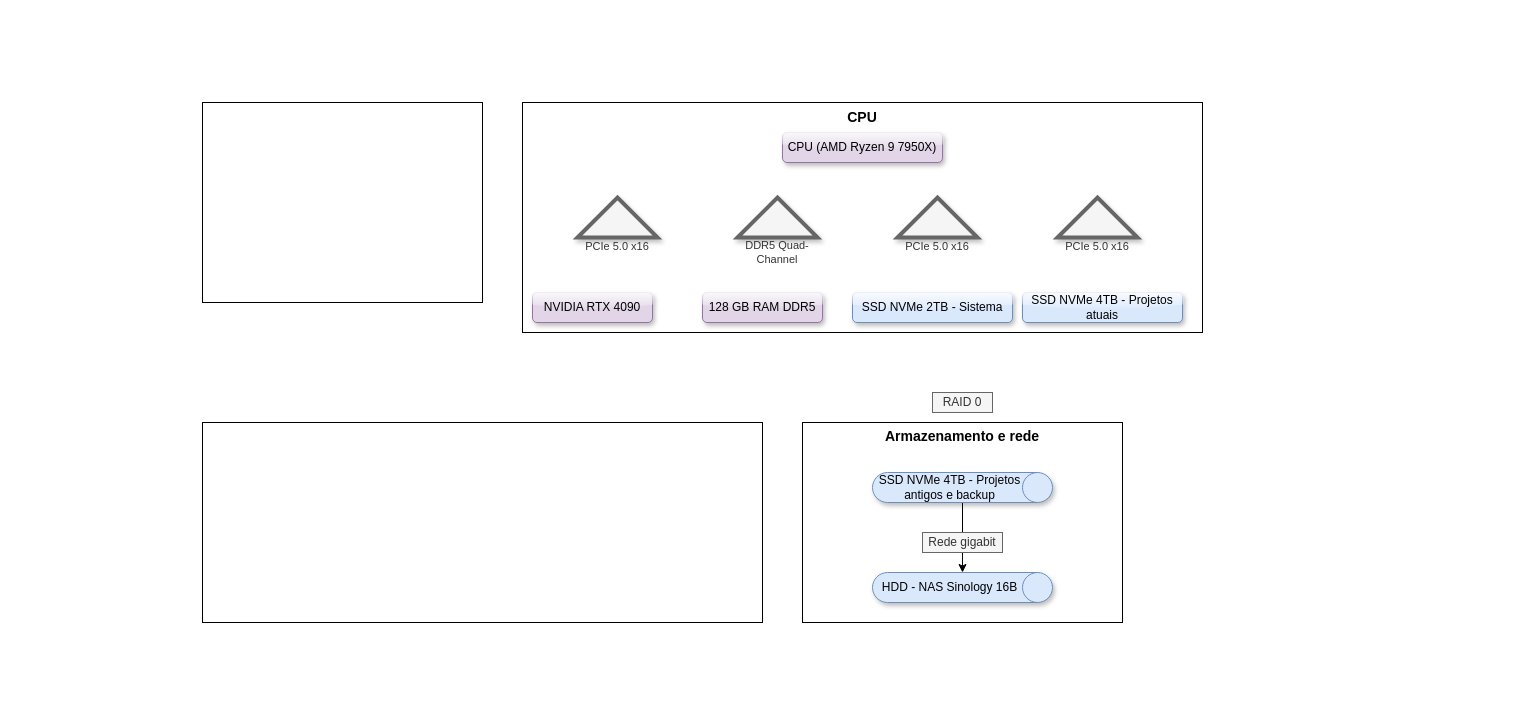
Above: Diagrama sem nome.drawio in Leopoldofca/Unyleya_1Sem (draw.io), before the change. Source tidied: cells renumbered, new cells numbered last; positions are measured from the earlier drawing's top-left corner, leaving out a move shared by most shapes. Both pictures are drawn from the tidied source at 100%, with x=0, y=0 at pixel (202, 102).
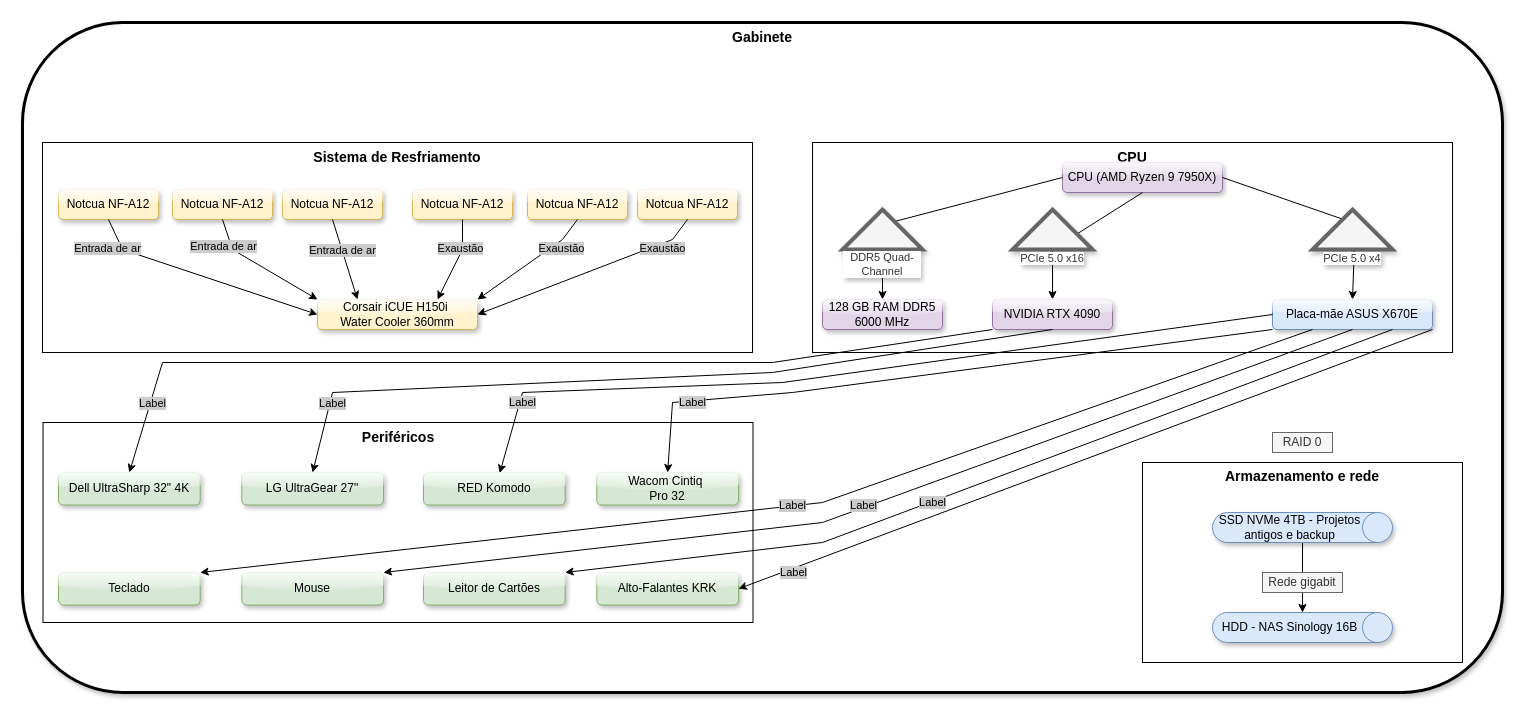
Above is the later version.

Change to the diagram source:
```diff
@@
+    <mxCell id="20" value="Gabinete" style="rounded=1;whiteSpace=wrap;html=1;fontSize=14;fontStyle=1;verticalAlign=top;labelBackgroundColor=default;glass=0;shadow=1;strokeWidth=3;" parent="1" vertex="1">
+      <mxGeometry x="-180" y="-80" width="1480" height="670" as="geometry" />
+    </mxCell>
     <mxCell id="2" value="CPU" style="rounded=0;whiteSpace=wrap;html=1;verticalAlign=top;fontSize=14;fontStyle=1;" parent="1" vertex="1">
-      <mxGeometry x="320" width="680" height="230" as="geometry" />
+      <mxGeometry x="610" y="40" width="640" height="210" as="geometry" />
     </mxCell>
+    <mxCell id="21" style="endArrow=classic;html=1;rounded=0;exitX=0.861;exitY=0.538;exitDx=0;exitDy=0;entryX=0.5;entryY=0;entryDx=0;entryDy=0;exitPerimeter=0;" parent="1" edge="1" source="13" target="19">
+      <mxGeometry relative="1" as="geometry" />
+    </mxCell>
+    <mxCell id="22" style="endArrow=classic;html=1;rounded=0;exitX=0;exitY=0.5;exitDx=0;exitDy=0;entryX=0.5;entryY=0;entryDx=0;entryDy=0;" parent="1" edge="1" source="12" target="17">
+      <mxGeometry relative="1" as="geometry" />
+    </mxCell>
+    <mxCell id="23" style="endArrow=classic;html=1;rounded=0;exitX=1;exitY=0.5;exitDx=0;exitDy=0;entryX=0.5;entryY=0;entryDx=0;entryDy=0;" parent="1" edge="1" source="15" target="16">
+      <mxGeometry relative="1" as="geometry" />
+    </mxCell>
     <mxCell id="3" value="&lt;div&gt;&lt;br&gt;&lt;/div&gt;&lt;div&gt;&lt;br&gt;&lt;/div&gt;Armazenamento e rede" style="rounded=0;whiteSpace=wrap;html=1;glass=0;labelPosition=center;verticalLabelPosition=middle;align=center;verticalAlign=top;horizontal=1;spacingTop=-35;fontStyle=1;fontSize=14;" parent="1" vertex="1">
-      <mxGeometry x="600" y="320" width="320" height="200" as="geometry" />
+      <mxGeometry x="940" y="360" width="320" height="200" as="geometry" />
     </mxCell>
@@
-    <mxCell id="5" style="rounded=0;whiteSpace=wrap;html=1;" parent="1" vertex="1">
-      <mxGeometry width="280" height="200" as="geometry" />
+    <mxCell id="5" value="Sistema de Resfriamento" style="rounded=0;whiteSpace=wrap;html=1;fontSize=14;fontStyle=1;verticalAlign=top;" parent="1" vertex="1">
+      <mxGeometry x="-160" y="40" width="710" height="210" as="geometry" />
     </mxCell>
-    <mxCell id="6" style="rounded=0;whiteSpace=wrap;html=1;" parent="1" vertex="1">
-      <mxGeometry y="320" width="560" height="200" as="geometry" />
+    <mxCell id="6" value="Periféricos" style="rounded=0;whiteSpace=wrap;html=1;labelPosition=center;verticalLabelPosition=middle;align=center;verticalAlign=top;fontStyle=1;fontSize=14;" parent="1" vertex="1">
+      <mxGeometry x="-159.5" y="320" width="710" height="200" as="geometry" />
     </mxCell>
     <mxCell id="7" value="RAID 0" style="text;html=1;align=center;verticalAlign=middle;whiteSpace=wrap;rounded=0;fillColor=#f5f5f5;strokeColor=#666666;fontColor=#333333;" parent="1" vertex="1">
-      <mxGeometry x="730" y="290" width="60" height="20" as="geometry" />
+      <mxGeometry x="1070" y="330" width="60" height="20" as="geometry" />
     </mxCell>
     <mxCell id="8" value="Rede gigabit" style="text;html=1;align=center;verticalAlign=middle;whiteSpace=wrap;rounded=0;fillColor=#f5f5f5;strokeColor=#666666;fontColor=#333333;" parent="1" vertex="1">
-      <mxGeometry x="720" y="430" width="80" height="20" as="geometry" />
+      <mxGeometry x="1060" y="470" width="80" height="20" as="geometry" />
     </mxCell>
     <mxCell id="9" value="SSD NVMe 4TB - Projetos antigos e backup" style="shape=cylinder3;whiteSpace=wrap;html=1;boundedLbl=1;backgroundOutline=1;size=15;direction=south;fillColor=#dae8fc;strokeColor=#6c8ebf;shadow=1;rounded=1;glass=1;align=center;verticalAlign=middle;fontFamily=Helvetica;fontSize=12;fontColor=default;gradientColor=none;" parent="1" vertex="1">
-      <mxGeometry x="670" y="370" width="180" height="30" as="geometry" />
+      <mxGeometry x="1010" y="410" width="180" height="30" as="geometry" />
     </mxCell>
     <mxCell id="10" value="HDD - NAS Sinology 16B" style="shape=cylinder3;whiteSpace=wrap;html=1;boundedLbl=1;backgroundOutline=1;size=15;direction=south;fillColor=#dae8fc;strokeColor=#6c8ebf;shadow=1;rounded=1;glass=1;align=center;verticalAlign=middle;fontFamily=Helvetica;fontSize=12;fontColor=default;gradientColor=none;" parent="1" vertex="1">
-      <mxGeometry x="670" y="470" width="180" height="30" as="geometry" />
+      <mxGeometry x="1010" y="510" width="180" height="30" as="geometry" />
     </mxCell>
     <mxCell id="11" value="&lt;font&gt;CPU (AMD Ryzen 9 7950X)&lt;/font&gt;" style="rounded=1;whiteSpace=wrap;html=1;fillColor=#e1d5e7;strokeColor=#9673a6;glass=1;shadow=1;" parent="1" vertex="1">
-      <mxGeometry x="580" y="30" width="160" height="30" as="geometry" />
+      <mxGeometry x="860" y="60" width="160" height="30" as="geometry" />
     </mxCell>
-    <mxCell id="12" value="DDR5 Quad-Channel" style="triangle;whiteSpace=wrap;html=1;direction=north;labelPosition=center;verticalLabelPosition=middle;align=center;verticalAlign=middle;spacingTop=70;fontSize=11;fillColor=#f5f5f5;fontColor=#333333;strokeColor=#666666;rounded=0;shadow=1;perimeterSpacing=0;strokeWidth=4;" parent="1" vertex="1">
-      <mxGeometry x="535" y="95" width="80" height="40" as="geometry" />
-    </mxCell>
-    <mxCell id="13" value="PCIe 5.0 x16" style="triangle;whiteSpace=wrap;html=1;direction=north;labelPosition=center;verticalLabelPosition=middle;align=center;verticalAlign=middle;spacingTop=58;fontSize=11;fillColor=#f5f5f5;fontColor=#333333;strokeColor=#666666;rounded=0;shadow=1;perimeterSpacing=0;strokeWidth=4;" parent="1" vertex="1">
-      <mxGeometry x="695" y="95" width="80" height="40" as="geometry" />
-    </mxCell>
-    <mxCell id="14" value="PCIe 5.0 x16" style="triangle;whiteSpace=wrap;html=1;direction=north;labelPosition=center;verticalLabelPosition=middle;align=center;verticalAlign=middle;spacingTop=58;fontSize=11;fillColor=#f5f5f5;fontColor=#333333;strokeColor=#666666;rounded=0;shadow=1;perimeterSpacing=0;strokeWidth=4;" parent="1" vertex="1">
-      <mxGeometry x="855" y="95" width="80" height="40" as="geometry" />
-    </mxCell>
-    <mxCell id="15" value="PCIe 5.0 x16" style="triangle;whiteSpace=wrap;html=1;direction=north;labelPosition=center;verticalLabelPosition=middle;align=center;verticalAlign=middle;spacingTop=58;fontSize=11;fillColor=#f5f5f5;fontColor=#333333;strokeColor=#666666;rounded=0;shadow=1;perimeterSpacing=0;strokeWidth=4;" parent="1" vertex="1">
-      <mxGeometry x="375" y="95" width="80" height="40" as="geometry" />
-    </mxCell>
     <mxCell id="16" value="NVIDIA RTX 4090" style="rounded=1;whiteSpace=wrap;html=1;fillColor=#e1d5e7;strokeColor=#9673a6;glass=1;shadow=1;" parent="1" vertex="1">
-      <mxGeometry x="330" y="190" width="120" height="30" as="geometry" />
+      <mxGeometry x="790" y="197" width="120" height="30" as="geometry" />
     </mxCell>
-    <mxCell id="17" value="128 GB RAM DDR5" style="rounded=1;whiteSpace=wrap;html=1;fillColor=#e1d5e7;strokeColor=#9673a6;glass=1;shadow=1;" parent="1" vertex="1">
-      <mxGeometry x="500" y="190" width="120" height="30" as="geometry" />
+    <mxCell id="17" value="128 GB RAM DDR5 6000 MHz" style="rounded=1;whiteSpace=wrap;html=1;fillColor=#e1d5e7;strokeColor=#9673a6;glass=1;shadow=1;" parent="1" vertex="1">
+      <mxGeometry x="620" y="197" width="120" height="30" as="geometry" />
     </mxCell>
-    <mxCell id="18" value="SSD NVMe 2TB - Sistema" style="rounded=1;whiteSpace=wrap;html=1;fillColor=#dae8fc;strokeColor=#6c8ebf;glass=1;shadow=1;" parent="1" vertex="1">
-      <mxGeometry x="650" y="190" width="160" height="30" as="geometry" />
-    </mxCell>
-    <mxCell id="19" value="SSD NVMe 4TB - Projetos atuais" style="rounded=1;whiteSpace=wrap;html=1;fillColor=#dae8fc;strokeColor=#6c8ebf;glass=1;shadow=1;" parent="1" vertex="1">
-      <mxGeometry x="820" y="190" width="160" height="30" as="geometry" />
+    <mxCell id="19" value="Placa-mãe ASUS X670E" style="rounded=1;whiteSpace=wrap;html=1;fillColor=#dae8fc;strokeColor=#6c8ebf;glass=1;shadow=1;" parent="1" vertex="1">
+      <mxGeometry x="1070" y="197" width="160" height="30" as="geometry" />
     </mxCell>
+    <mxCell id="24" style="endArrow=classic;html=1;rounded=0;exitX=0;exitY=0.5;exitDx=0;exitDy=0;entryX=0.465;entryY=0.203;entryDx=0;entryDy=0;entryPerimeter=0;" parent="1" edge="1" source="11" target="12">
+      <mxGeometry relative="1" as="geometry" />
+    </mxCell>
+    <mxCell id="12" value="DDR5 Quad-Channel" style="triangle;whiteSpace=wrap;html=1;direction=north;labelPosition=center;verticalLabelPosition=middle;align=center;verticalAlign=middle;spacingTop=70;fontSize=11;fillColor=#f5f5f5;fontColor=#333333;strokeColor=#666666;rounded=0;shadow=1;perimeterSpacing=0;strokeWidth=4;labelBackgroundColor=default;textShadow=1;labelBorderColor=none;" parent="1" vertex="1">
+      <mxGeometry x="640" y="107" width="80" height="40" as="geometry" />
+    </mxCell>
+    <mxCell id="25" style="endArrow=classic;html=1;rounded=0;exitX=0.5;exitY=1;exitDx=0;exitDy=0;entryX=0;entryY=0.5;entryDx=0;entryDy=0;" parent="1" edge="1" source="11" target="15">
+      <mxGeometry relative="1" as="geometry" />
+    </mxCell>
+    <mxCell id="15" value="PCIe 5.0 x16" style="triangle;whiteSpace=wrap;html=1;direction=north;labelPosition=center;verticalLabelPosition=middle;align=center;verticalAlign=middle;spacingTop=58;fontSize=11;fillColor=#f5f5f5;fontColor=#333333;strokeColor=#666666;rounded=0;shadow=1;perimeterSpacing=0;strokeWidth=4;textShadow=1;labelBackgroundColor=default;labelBorderColor=none;" parent="1" vertex="1">
+      <mxGeometry x="810" y="107" width="80" height="40" as="geometry" />
+    </mxCell>
+    <mxCell id="26" style="endArrow=classic;html=1;rounded=0;exitX=1;exitY=0.5;exitDx=0;exitDy=0;entryX=0.5;entryY=1;entryDx=0;entryDy=0;" parent="1" edge="1" source="11" target="13">
+      <mxGeometry relative="1" as="geometry" />
+    </mxCell>
+    <mxCell id="13" value="PCIe 5.0 x4" style="triangle;whiteSpace=wrap;html=1;direction=north;labelPosition=center;verticalLabelPosition=middle;align=center;verticalAlign=middle;spacingTop=58;fontSize=11;fillColor=#f5f5f5;fontColor=#333333;strokeColor=#666666;rounded=0;shadow=1;perimeterSpacing=0;strokeWidth=4;labelBackgroundColor=default;textShadow=1;" parent="1" vertex="1">
+      <mxGeometry x="1110" y="107" width="80" height="40" as="geometry" />
+    </mxCell>
+    <mxCell id="27" style="group;" parent="1" vertex="1">
+      <mxGeometry x="-144" y="370" width="680" height="132.5" as="geometry" />
+    </mxCell>
+    <mxCell id="28" value="&lt;font&gt;Dell UltraSharp 32&quot; 4K&lt;/font&gt;" style="rounded=1;whiteSpace=wrap;html=1;fillColor=#d5e8d4;strokeColor=#82b366;glass=1;shadow=1;" parent="27" vertex="1">
+      <mxGeometry width="141.7" height="32.5" as="geometry" />
+    </mxCell>
+    <mxCell id="29" value="LG UltraGear 27&quot;" style="rounded=1;whiteSpace=wrap;html=1;fillColor=#d5e8d4;strokeColor=#82b366;glass=1;shadow=1;" parent="27" vertex="1">
+      <mxGeometry x="183.3" width="141.7" height="32.5" as="geometry" />
+    </mxCell>
+    <mxCell id="30" value="RED Komodo" style="rounded=1;whiteSpace=wrap;html=1;fillColor=#d5e8d4;strokeColor=#82b366;glass=1;shadow=1;" parent="27" vertex="1">
+      <mxGeometry x="365" width="141.7" height="32.5" as="geometry" />
+    </mxCell>
+    <mxCell id="31" value="&lt;font&gt;Wacom Cintiq&amp;nbsp;&lt;/font&gt;&lt;div&gt;&lt;font&gt;Pro 32&lt;/font&gt;&lt;/div&gt;" style="rounded=1;whiteSpace=wrap;html=1;fillColor=#d5e8d4;strokeColor=#82b366;glass=1;shadow=1;" parent="27" vertex="1">
+      <mxGeometry x="538.3" width="141.7" height="32.5" as="geometry" />
+    </mxCell>
+    <mxCell id="32" value="&lt;font&gt;Leitor de Cartões&lt;/font&gt;" style="rounded=1;whiteSpace=wrap;html=1;fillColor=#d5e8d4;strokeColor=#82b366;glass=1;shadow=1;" parent="27" vertex="1">
+      <mxGeometry x="365" y="100" width="141.7" height="32.5" as="geometry" />
+    </mxCell>
+    <mxCell id="33" value="&lt;font&gt;Alto-Falantes KRK&lt;/font&gt;" style="rounded=1;whiteSpace=wrap;html=1;fillColor=#d5e8d4;strokeColor=#82b366;glass=1;shadow=1;" parent="27" vertex="1">
+      <mxGeometry x="538.3" y="100" width="141.7" height="32.5" as="geometry" />
+    </mxCell>
+    <mxCell id="34" value="&lt;font&gt;Teclado&lt;/font&gt;" style="rounded=1;whiteSpace=wrap;html=1;fillColor=#d5e8d4;strokeColor=#82b366;glass=1;shadow=1;" parent="27" vertex="1">
+      <mxGeometry y="100" width="141.7" height="32.5" as="geometry" />
+    </mxCell>
+    <mxCell id="35" value="&lt;font&gt;Mouse&lt;/font&gt;" style="rounded=1;whiteSpace=wrap;html=1;fillColor=#d5e8d4;strokeColor=#82b366;glass=1;shadow=1;" parent="27" vertex="1">
+      <mxGeometry x="183.3" y="100" width="141.7" height="32.5" as="geometry" />
+    </mxCell>
+    <mxCell id="36" style="group;" parent="1" vertex="1">
+      <mxGeometry x="-144" y="87" width="679" height="140" as="geometry" />
+    </mxCell>
+    <mxCell id="37" value="Corsair iCUE H150i&amp;nbsp;&lt;div&gt;Water Cooler 360mm&lt;/div&gt;" style="rounded=1;whiteSpace=wrap;html=1;fillColor=#fff2cc;strokeColor=#d6b656;glass=1;shadow=1;" parent="36" vertex="1">
+      <mxGeometry x="259" y="110" width="160" height="30" as="geometry" />
+    </mxCell>
+    <mxCell id="38" value="&lt;font&gt;Notcua NF-A12&lt;/font&gt;" style="rounded=1;whiteSpace=wrap;html=1;fillColor=#fff2cc;strokeColor=#d6b656;glass=1;shadow=1;" parent="36" vertex="1">
+      <mxGeometry width="100" height="30" as="geometry" />
+    </mxCell>
+    <mxCell id="39" value="&lt;font&gt;Notcua NF-A12&lt;/font&gt;" style="rounded=1;whiteSpace=wrap;html=1;fillColor=#fff2cc;strokeColor=#d6b656;glass=1;shadow=1;" parent="36" vertex="1">
+      <mxGeometry x="114" width="100" height="30" as="geometry" />
+    </mxCell>
+    <mxCell id="40" value="&lt;font&gt;Notcua NF-A12&lt;/font&gt;" style="rounded=1;whiteSpace=wrap;html=1;fillColor=#fff2cc;strokeColor=#d6b656;glass=1;shadow=1;" parent="36" vertex="1">
+      <mxGeometry x="224" width="100" height="30" as="geometry" />
+    </mxCell>
+    <mxCell id="41" value="&lt;font&gt;Notcua NF-A12&lt;/font&gt;" style="rounded=1;whiteSpace=wrap;html=1;fillColor=#fff2cc;strokeColor=#d6b656;glass=1;shadow=1;" parent="36" vertex="1">
+      <mxGeometry x="354" width="100" height="30" as="geometry" />
+    </mxCell>
+    <mxCell id="42" value="&lt;font&gt;Notcua NF-A12&lt;/font&gt;" style="rounded=1;whiteSpace=wrap;html=1;fillColor=#fff2cc;strokeColor=#d6b656;glass=1;shadow=1;" parent="36" vertex="1">
+      <mxGeometry x="469" width="100" height="30" as="geometry" />
+    </mxCell>
+    <mxCell id="43" value="&lt;font&gt;Notcua NF-A12&lt;/font&gt;" style="rounded=1;whiteSpace=wrap;html=1;fillColor=#fff2cc;strokeColor=#d6b656;glass=1;shadow=1;" parent="36" vertex="1">
+      <mxGeometry x="579" width="100" height="30" as="geometry" />
+    </mxCell>
+    <mxCell id="44" style="endArrow=classic;html=1;rounded=0;exitX=0.5;exitY=1;exitDx=0;exitDy=0;entryX=0;entryY=0.5;entryDx=0;entryDy=0;spacingLeft=0;spacingTop=6;" parent="36" edge="1" source="38" target="37">
+      <mxGeometry relative="1" as="geometry">
+        <Array as="points">
+          <mxPoint x="64" y="60" />
+        </Array>
+      </mxGeometry>
+    </mxCell>
+    <mxCell id="45" value="Entrada de ar" style="edgeLabel;html=1;align=center;verticalAlign=middle;labelBackgroundColor=#CCCCCC;" parent="44" vertex="1">
+      <mxGeometry relative="1" as="geometry">
+        <mxPoint x="-97" y="-29" as="offset" />
+      </mxGeometry>
+    </mxCell>
+    <mxCell id="46" style="endArrow=classic;html=1;rounded=0;exitX=0.5;exitY=1;exitDx=0;exitDy=0;entryX=0;entryY=0;entryDx=0;entryDy=0;spacingLeft=0;spacingTop=6;" parent="36" edge="1" source="39" target="37">
+      <mxGeometry relative="1" as="geometry">
+        <Array as="points">
+          <mxPoint x="174" y="60" />
+        </Array>
+      </mxGeometry>
+    </mxCell>
+    <mxCell id="47" value="Entrada de ar" style="edgeLabel;html=1;align=center;verticalAlign=middle;labelBackgroundColor=#CCCCCC;" parent="46" vertex="1">
+      <mxGeometry relative="1" as="geometry">
+        <mxPoint x="-38" y="-20" as="offset" />
+      </mxGeometry>
+    </mxCell>
+    <mxCell id="48" style="endArrow=classic;html=1;rounded=0;exitX=0.5;exitY=1;exitDx=0;exitDy=0;entryX=0.25;entryY=0;entryDx=0;entryDy=0;spacingLeft=0;spacingTop=6;" parent="36" edge="1" source="40" target="37">
+      <mxGeometry relative="1" as="geometry" />
+    </mxCell>
+    <mxCell id="49" value="Entrada de ar" style="edgeLabel;html=1;align=center;verticalAlign=middle;labelBackgroundColor=#CCCCCC;" parent="48" vertex="1">
+      <mxGeometry relative="1" as="geometry">
+        <mxPoint x="-3" y="-10" as="offset" />
+      </mxGeometry>
+    </mxCell>
+    <mxCell id="50" style="endArrow=classic;html=1;rounded=0;exitX=0.5;exitY=1;exitDx=0;exitDy=0;entryX=1;entryY=0.5;entryDx=0;entryDy=0;spacingLeft=0;spacingTop=6;" parent="36" edge="1" source="43" target="37">
+      <mxGeometry relative="1" as="geometry">
+        <Array as="points">
+          <mxPoint x="614" y="50" />
+        </Array>
+      </mxGeometry>
+    </mxCell>
+    <mxCell id="51" value="Exaustão" style="edgeLabel;html=1;align=center;verticalAlign=middle;labelBackgroundColor=#CCCCCC;" parent="50" vertex="1">
+      <mxGeometry relative="1" as="geometry">
+        <mxPoint x="75" y="-25" as="offset" />
+      </mxGeometry>
+    </mxCell>
+    <mxCell id="52" style="endArrow=classic;html=1;rounded=0;exitX=0.5;exitY=1;exitDx=0;exitDy=0;entryX=1;entryY=0;entryDx=0;entryDy=0;spacingLeft=0;spacingTop=6;" parent="36" edge="1" source="42" target="37">
+      <mxGeometry relative="1" as="geometry">
+        <Array as="points">
+          <mxPoint x="504" y="50" />
+        </Array>
+      </mxGeometry>
+    </mxCell>
+    <mxCell id="53" value="Exaustão" style="edgeLabel;html=1;align=center;verticalAlign=middle;labelBackgroundColor=#CCCCCC;" parent="52" vertex="1">
+      <mxGeometry relative="1" as="geometry">
+        <mxPoint x="31" y="-15" as="offset" />
+      </mxGeometry>
+    </mxCell>
+    <mxCell id="54" style="endArrow=classic;html=1;rounded=0;exitX=0.5;exitY=1;exitDx=0;exitDy=0;entryX=0.75;entryY=0;entryDx=0;entryDy=0;spacingLeft=0;spacingTop=6;" parent="36" edge="1" source="41" target="37">
+      <mxGeometry relative="1" as="geometry">
+        <Array as="points">
+          <mxPoint x="404" y="60" />
+        </Array>
+      </mxGeometry>
+    </mxCell>
+    <mxCell id="55" value="Exaustão" style="edgeLabel;html=1;align=center;verticalAlign=middle;labelBackgroundColor=#CCCCCC;" parent="54" vertex="1">
+      <mxGeometry relative="1" as="geometry">
+        <mxPoint x="3" y="-13" as="offset" />
+      </mxGeometry>
+    </mxCell>
+    <mxCell id="56" style="endArrow=classic;html=1;rounded=0;exitX=0;exitY=1;exitDx=0;exitDy=0;entryX=0.5;entryY=0;entryDx=0;entryDy=0;" parent="1" edge="1" source="16" target="28">
+      <mxGeometry relative="1" as="geometry">
+        <Array as="points">
+          <mxPoint x="570" y="260" />
+          <mxPoint x="-40" y="260" />
+        </Array>
+      </mxGeometry>
+    </mxCell>
+    <mxCell id="57" value="Label" style="edgeLabel;html=1;align=center;verticalAlign=middle;labelBackgroundColor=#CCCCCC;" parent="56" vertex="1">
+      <mxGeometry relative="1" as="geometry">
+        <mxPoint x="-369" y="40" as="offset" />
+      </mxGeometry>
+    </mxCell>
+    <mxCell id="58" style="endArrow=classic;html=1;rounded=0;exitX=0.5;exitY=1;exitDx=0;exitDy=0;entryX=0.5;entryY=0;entryDx=0;entryDy=0;" parent="1" edge="1" source="16" target="29">
+      <mxGeometry relative="1" as="geometry">
+        <Array as="points">
+          <mxPoint x="570" y="270" />
+          <mxPoint x="130" y="290" />
+        </Array>
+      </mxGeometry>
+    </mxCell>
+    <mxCell id="59" value="Label" style="edgeLabel;html=1;align=center;verticalAlign=middle;labelBackgroundColor=#CCCCCC;" parent="58" vertex="1">
+      <mxGeometry relative="1" as="geometry">
+        <mxPoint x="-321" y="25" as="offset" />
+      </mxGeometry>
+    </mxCell>
+    <mxCell id="60" style="endArrow=classic;html=1;rounded=0;exitX=0;exitY=0.5;exitDx=0;exitDy=0;entryX=0.538;entryY=0.018;entryDx=0;entryDy=0;entryPerimeter=0;" parent="1" edge="1" source="19" target="30">
+      <mxGeometry relative="1" as="geometry">
+        <Array as="points">
+          <mxPoint x="580" y="280" />
+          <mxPoint x="320" y="290" />
+        </Array>
+      </mxGeometry>
+    </mxCell>
+    <mxCell id="61" value="Label" style="edgeLabel;html=1;align=center;verticalAlign=middle;labelBackgroundColor=#CCCCCC;" parent="60" vertex="1">
+      <mxGeometry relative="1" as="geometry">
+        <mxPoint x="-335" y="30" as="offset" />
+      </mxGeometry>
+    </mxCell>
+    <mxCell id="62" style="endArrow=classic;html=1;rounded=0;exitX=0;exitY=1;exitDx=0;exitDy=0;entryX=0.5;entryY=0;entryDx=0;entryDy=0;" parent="1" edge="1" source="19" target="31">
+      <mxGeometry relative="1" as="geometry">
+        <Array as="points">
+          <mxPoint x="590" y="290" />
+          <mxPoint x="470" y="300" />
+        </Array>
+      </mxGeometry>
+    </mxCell>
+    <mxCell id="63" value="Label" style="edgeLabel;html=1;align=center;verticalAlign=middle;labelBackgroundColor=#CCCCCC;" parent="62" vertex="1">
+      <mxGeometry relative="1" as="geometry">
+        <mxPoint x="-246" y="29" as="offset" />
+      </mxGeometry>
+    </mxCell>
+    <mxCell id="64" style="endArrow=classic;html=1;rounded=0;exitX=0.25;exitY=1;exitDx=0;exitDy=0;entryX=1;entryY=0;entryDx=0;entryDy=0;" parent="1" edge="1" source="19" target="34">
+      <mxGeometry relative="1" as="geometry">
+        <Array as="points">
+          <mxPoint x="620" y="400" />
+        </Array>
+      </mxGeometry>
+    </mxCell>
+    <mxCell id="65" value="Label" style="edgeLabel;html=1;align=center;verticalAlign=middle;labelBackgroundColor=#CCCCCC;" parent="64" vertex="1">
+      <mxGeometry relative="1" as="geometry">
+        <mxPoint x="23" y="-3" as="offset" />
+      </mxGeometry>
+    </mxCell>
+    <mxCell id="66" style="endArrow=classic;html=1;rounded=0;exitX=0.5;exitY=1;exitDx=0;exitDy=0;entryX=1;entryY=0;entryDx=0;entryDy=0;" parent="1" edge="1" source="19" target="35">
+      <mxGeometry relative="1" as="geometry">
+        <Array as="points">
+          <mxPoint x="620" y="420" />
+        </Array>
+      </mxGeometry>
+    </mxCell>
+    <mxCell id="67" value="Label" style="edgeLabel;html=1;align=center;verticalAlign=middle;labelBackgroundColor=#CCCCCC;" parent="66" vertex="1">
+      <mxGeometry relative="1" as="geometry">
+        <mxPoint x="-17" y="3" as="offset" />
+      </mxGeometry>
+    </mxCell>
+    <mxCell id="68" style="endArrow=classic;html=1;rounded=0;exitX=0.75;exitY=1;exitDx=0;exitDy=0;entryX=1;entryY=0;entryDx=0;entryDy=0;" parent="1" edge="1" source="19" target="32">
+      <mxGeometry relative="1" as="geometry">
+        <Array as="points">
+          <mxPoint x="620" y="440" />
+        </Array>
+      </mxGeometry>
+    </mxCell>
+    <mxCell id="69" value="Label" style="edgeLabel;html=1;align=center;verticalAlign=middle;labelBackgroundColor=#CCCCCC;" parent="68" vertex="1">
+      <mxGeometry relative="1" as="geometry">
+        <mxPoint x="-54" y="21" as="offset" />
+      </mxGeometry>
+    </mxCell>
+    <mxCell id="70" style="endArrow=classic;html=1;rounded=0;exitX=1;exitY=1;exitDx=0;exitDy=0;entryX=1;entryY=0.5;entryDx=0;entryDy=0;" parent="1" edge="1" source="19" target="33">
+      <mxGeometry relative="1" as="geometry" />
+    </mxCell>
+    <mxCell id="71" value="Label" style="edgeLabel;html=1;align=center;verticalAlign=middle;labelBackgroundColor=#CCCCCC;" parent="70" vertex="1">
+      <mxGeometry relative="1" as="geometry">
+        <mxPoint x="-293" y="113" as="offset" />
+      </mxGeometry>
+    </mxCell>
```
